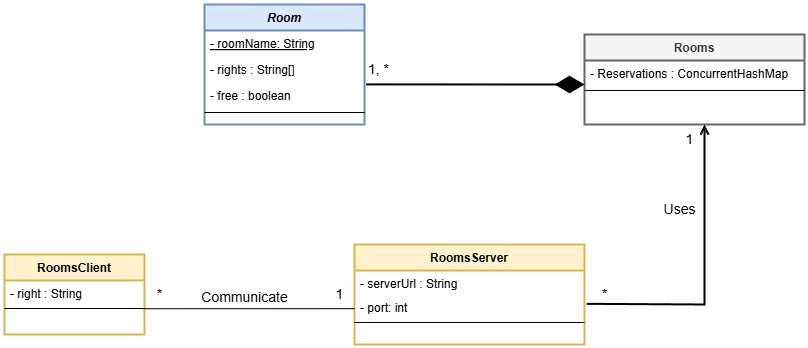
Earlier version of the draw.io export UML_Diagrams/classe.png (Sabermahjoub/Room-Booking-Java). Source tidied: cells renumbered, new cells last; positions are measured from the earlier drawing's top-left corner, leaving out a move shared by most shapes.
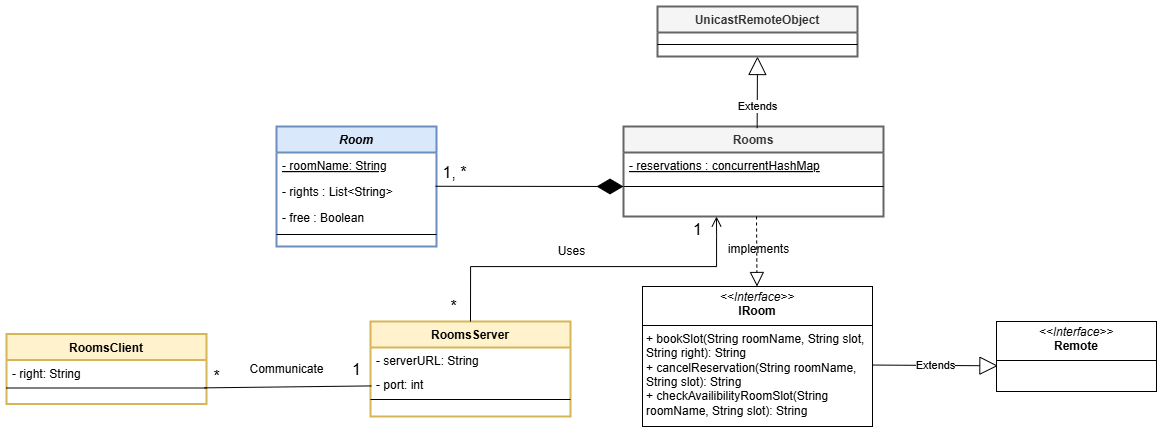
Above is the later version.

What changed in the source:
```diff
@@ -8,82 +8,110 @@
     <mxCell id="3" value="- roomName: String" style="text;align=left;verticalAlign=top;spacingLeft=4;spacingRight=4;overflow=hidden;fontStyle=4;strokeWidth=2;" parent="2" vertex="1">
       <mxGeometry y="26" width="160" height="26" as="geometry" />
     </mxCell>
-    <mxCell id="4" value="- rights : String[]" style="text;align=left;verticalAlign=top;spacingLeft=4;spacingRight=4;overflow=hidden;" parent="2" vertex="1">
+    <mxCell id="4" value="- rights : List&lt;String&gt;" style="text;align=left;verticalAlign=top;spacingLeft=4;spacingRight=4;overflow=hidden;" parent="2" vertex="1">
       <mxGeometry y="52" width="160" height="26" as="geometry" />
     </mxCell>
-    <mxCell id="5" value="- free : boolean" style="text;align=left;verticalAlign=top;spacingLeft=4;spacingRight=4;overflow=hidden;points=[[0,0.5],[1,0.5]];portConstraint=eastwest;rounded=0;shadow=0;html=0;" parent="2" vertex="1">
+    <mxCell id="5" value="- free : Boolean" style="text;align=left;verticalAlign=top;spacingLeft=4;spacingRight=4;overflow=hidden;points=[[0,0.5],[1,0.5]];portConstraint=eastwest;rounded=0;shadow=0;html=0;" parent="2" vertex="1">
       <mxGeometry y="78" width="160" height="26" as="geometry" />
     </mxCell>
     <mxCell id="6" style="line;html=1;strokeWidth=1;align=left;verticalAlign=middle;spacingTop=-1;spacingLeft=3;spacingRight=3;labelPosition=right;" parent="2" vertex="1">
       <mxGeometry y="104" width="160" height="8" as="geometry" />
     </mxCell>
-    <mxCell id="7" value="RoomsServer" style="swimlane;fontStyle=1;align=center;verticalAlign=top;horizontal=1;startSize=26;rounded=0;shadow=0;strokeWidth=2;fillColor=#fff2cc;strokeColor=#d6b656;" parent="1" vertex="1">
-      <mxGeometry x="350" y="240" width="230" height="100" as="geometry" />
+    <mxCell id="7" value="RoomsClient" style="swimlane;fontStyle=1;align=center;verticalAlign=top;horizontal=1;startSize=26;rounded=0;shadow=0;strokeWidth=2;fillColor=#fff2cc;strokeColor=#d6b656;" parent="1" vertex="1">
+      <mxGeometry x="-70" y="207.5" width="200" height="70" as="geometry" />
     </mxCell>
-    <mxCell id="8" value="- serverUrl : String" style="text;align=left;verticalAlign=top;spacingLeft=4;spacingRight=4;overflow=hidden;fontStyle=0;" parent="7" vertex="1">
-      <mxGeometry y="26" width="230" height="24" as="geometry" />
-    </mxCell>
-    <mxCell id="9" value="- port: int" style="text;align=left;verticalAlign=top;spacingLeft=4;spacingRight=4;overflow=hidden;points=[[0,0.5],[1,0.5]];portConstraint=eastwest;fontStyle=0;" parent="7" vertex="1">
-      <mxGeometry y="50" width="230" height="24" as="geometry" />
-    </mxCell>
+    <mxCell id="27" value="- right: String" style="text;align=left;verticalAlign=top;spacingLeft=4;spacingRight=4;overflow=hidden;fontStyle=0;" parent="7" vertex="1">
+      <mxGeometry y="26" width="200" height="24" as="geometry" />
+    </mxCell>
     <mxCell id="10" style="line;html=1;strokeWidth=1;align=left;verticalAlign=middle;spacingTop=-1;spacingLeft=3;spacingRight=3;labelPosition=right;points=[];portConstraint=eastwest;" parent="7" vertex="1">
-      <mxGeometry y="74" width="230" height="8" as="geometry" />
+      <mxGeometry y="50" width="200" height="8" as="geometry" />
     </mxCell>
     <mxCell id="11" value="Rooms" style="swimlane;fontStyle=1;align=center;verticalAlign=top;horizontal=1;startSize=26;rounded=0;shadow=0;strokeWidth=2;fillColor=#f5f5f5;fontColor=#333333;strokeColor=#666666;swimlaneFillColor=none;" parent="1" vertex="1">
-      <mxGeometry x="580" y="30" width="220" height="90" as="geometry" />
+      <mxGeometry x="547" width="260" height="90" as="geometry" />
     </mxCell>
-    <mxCell id="12" value="- Reservations : ConcurrentHashMap" style="text;align=left;verticalAlign=top;spacingLeft=4;spacingRight=4;overflow=hidden;rounded=0;shadow=0;html=0;" parent="11" vertex="1">
-      <mxGeometry y="26" width="220" height="26" as="geometry" />
-    </mxCell>
+    <mxCell id="28" value="- reservations : concurrentHashMap" style="text;align=left;verticalAlign=top;spacingLeft=4;spacingRight=4;overflow=hidden;fontStyle=4;" parent="11" vertex="1">
+      <mxGeometry y="26" width="260" height="24" as="geometry" />
+    </mxCell>
     <mxCell id="13" style="line;html=1;strokeWidth=1;align=left;verticalAlign=middle;spacingTop=-1;spacingLeft=3;spacingRight=3;labelPosition=right;" parent="11" vertex="1">
-      <mxGeometry y="52" width="220" height="8" as="geometry" />
+      <mxGeometry y="50" width="260" height="20" as="geometry" />
     </mxCell>
-    <mxCell id="14" style="endArrow=diamondThin;endFill=1;endSize=24;html=1;rounded=0;exitX=1.011;exitY=0.073;exitDx=0;exitDy=0;exitPerimeter=0;strokeWidth=2;" parent="1" edge="1" source="5">
-      <mxGeometry relative="1" as="geometry">
-        <mxPoint x="580" y="80" as="targetPoint" />
-      </mxGeometry>
-    </mxCell>
+    <mxCell id="29" style="endArrow=diamondThin;endFill=1;endSize=24;html=1;rounded=0;exitX=1.013;exitY=0.299;exitDx=0;exitDy=0;exitPerimeter=0;" parent="1" edge="1">
+      <mxGeometry relative="1" as="geometry">
+        <mxPoint x="359.1" y="59.8" as="sourcePoint" />
+        <mxPoint x="547" y="60" as="targetPoint" />
+      </mxGeometry>
+    </mxCell>
-    <mxCell id="15" value="1, *" style="text;html=1;align=center;verticalAlign=middle;strokeColor=none;fillColor=none;strokeWidth=3;fontSize=14;" parent="1" vertex="1">
-      <mxGeometry x="354" y="50" width="40" height="30" as="geometry" />
+    <mxCell id="15" value="1, *" style="text;html=1;align=center;verticalAlign=middle;strokeColor=none;fillColor=none;fontSize=16;" parent="1" vertex="1">
+      <mxGeometry x="353" y="31" width="50" height="30" as="geometry" />
     </mxCell>
-    <mxCell id="16" style="endArrow=open;html=1;rounded=0;exitX=1.01;exitY=0.806;exitDx=0;exitDy=0;exitPerimeter=0;endFill=0;strokeWidth=2;" parent="1" edge="1">
-      <mxGeometry relative="1" as="geometry">
-        <mxPoint x="582.3" y="299.3" as="sourcePoint" />
-        <mxPoint x="700" y="120" as="targetPoint" />
-        <Array as="points">
-          <mxPoint x="700" y="300" />
-        </Array>
-      </mxGeometry>
-    </mxCell>
-    <mxCell id="17" value="1" style="text;html=1;align=center;verticalAlign=middle;strokeColor=none;fillColor=none;fontSize=14;" parent="1" vertex="1">
-      <mxGeometry x="670" y="120" width="30" height="30" as="geometry" />
-    </mxCell>
-    <mxCell id="18" value="*" style="text;html=1;align=center;verticalAlign=middle;strokeColor=none;fillColor=none;fontSize=14;" parent="1" vertex="1">
-      <mxGeometry x="585" y="275" width="30" height="30" as="geometry" />
-    </mxCell>
-    <mxCell id="19" value="RoomsClient" style="swimlane;fontStyle=1;align=center;verticalAlign=top;horizontal=1;startSize=26;rounded=0;shadow=0;strokeWidth=2;fillColor=#fff2cc;strokeColor=#d6b656;" parent="1" vertex="1">
-      <mxGeometry y="250" width="140" height="80" as="geometry" />
-    </mxCell>
-    <mxCell id="20" value="- right : String" style="text;align=left;verticalAlign=top;spacingLeft=4;spacingRight=4;overflow=hidden;fontStyle=0;" parent="19" vertex="1">
-      <mxGeometry y="26" width="140" height="24" as="geometry" />
-    </mxCell>
-    <mxCell id="21" style="line;html=1;strokeWidth=1;align=left;verticalAlign=middle;spacingTop=-1;spacingLeft=3;spacingRight=3;labelPosition=right;points=[];portConstraint=eastwest;" parent="19" vertex="1">
-      <mxGeometry y="50" width="140" height="8" as="geometry" />
-    </mxCell>
+    <mxCell id="30" style="endArrow=block;dashed=1;endFill=0;endSize=12;html=1;rounded=0;" parent="1" edge="1" target="34">
+      <mxGeometry relative="1" as="geometry">
+        <mxPoint x="680" y="90" as="sourcePoint" />
+      </mxGeometry>
+    </mxCell>
+    <mxCell id="31" value="Extends" style="endArrow=block;endSize=16;endFill=0;html=1;rounded=0;exitX=0.514;exitY=0.018;exitDx=0;exitDy=0;exitPerimeter=0;entryX=0.5;entryY=1;entryDx=0;entryDy=0;" parent="1" edge="1" source="11" target="32">
+      <mxGeometry x="-0.4" relative="1" as="geometry" />
+    </mxCell>
+    <mxCell id="32" value="UnicastRemoteObject" style="swimlane;fontStyle=1;align=center;verticalAlign=top;horizontal=1;startSize=26;rounded=0;shadow=0;strokeWidth=2;fillColor=#f5f5f5;fontColor=#333333;strokeColor=#666666;swimlaneFillColor=none;" parent="1" vertex="1">
+      <mxGeometry x="581" y="-120" width="200" height="50" as="geometry" />
+    </mxCell>
+    <mxCell id="33" style="line;html=1;strokeWidth=1;align=left;verticalAlign=middle;spacingTop=-1;spacingLeft=3;spacingRight=3;labelPosition=right;" parent="32" vertex="1">
+      <mxGeometry y="26" width="200" height="24" as="geometry" />
+    </mxCell>
+    <mxCell id="34" value="&lt;p style=&quot;margin:0px;margin-top:4px;text-align:center;&quot;&gt;&lt;i&gt;&amp;lt;&amp;lt;Interface&amp;gt;&amp;gt;&lt;/i&gt;&lt;br&gt;&lt;b&gt;IRoom&lt;/b&gt;&lt;/p&gt;&lt;hr size=&quot;1&quot; style=&quot;border-style:solid;&quot;&gt;&lt;p style=&quot;margin:0px;margin-left:4px;&quot;&gt;&lt;/p&gt;&lt;p style=&quot;margin:0px;margin-left:4px;&quot;&gt;+ bookSlot(String roomName, String slot, String right): String&lt;br&gt;+ cancelReservation(String roomName, String slot): String&lt;/p&gt;&lt;p style=&quot;margin:0px;margin-left:4px;&quot;&gt;+ checkAvailibilityRoomSlot(String roomName, String slot): String&lt;/p&gt;" style="verticalAlign=top;align=left;overflow=fill;html=1;whiteSpace=wrap;" parent="1" vertex="1">
+      <mxGeometry x="566" y="160" width="230" height="140" as="geometry" />
+    </mxCell>
+    <mxCell id="35" value="Extends" style="endArrow=block;endSize=16;endFill=0;html=1;rounded=0;exitX=0.998;exitY=0.561;exitDx=0;exitDy=0;exitPerimeter=0;entryX=0.009;entryY=0.633;entryDx=0;entryDy=0;entryPerimeter=0;" parent="1" edge="1" source="34" target="36">
+      <mxGeometry relative="1" as="geometry" />
+    </mxCell>
+    <mxCell id="36" value="&lt;p style=&quot;margin:0px;margin-top:4px;text-align:center;&quot;&gt;&lt;i&gt;&amp;lt;&amp;lt;Interface&amp;gt;&amp;gt;&lt;/i&gt;&lt;br&gt;&lt;b&gt;Remote&lt;/b&gt;&lt;/p&gt;&lt;hr size=&quot;1&quot; style=&quot;border-style:solid;&quot;&gt;&lt;p style=&quot;margin:0px;margin-left:4px;&quot;&gt;&lt;/p&gt;&lt;p style=&quot;margin:0px;margin-left:4px;&quot;&gt;&lt;br&gt;&lt;/p&gt;" style="verticalAlign=top;align=left;overflow=fill;html=1;whiteSpace=wrap;" parent="1" vertex="1">
+      <mxGeometry x="920" y="195" width="160" height="70" as="geometry" />
+    </mxCell>
+    <mxCell id="37" value="RoomsServer" style="swimlane;fontStyle=1;align=center;verticalAlign=top;horizontal=1;startSize=26;rounded=0;shadow=0;strokeWidth=2;fillColor=#fff2cc;strokeColor=#d6b656;" parent="1" vertex="1">
+      <mxGeometry x="294" y="195" width="200" height="95" as="geometry" />
+    </mxCell>
+    <mxCell id="38" value="- serverURL: String" style="text;align=left;verticalAlign=top;spacingLeft=4;spacingRight=4;overflow=hidden;fontStyle=0;" parent="37" vertex="1">
+      <mxGeometry y="26" width="200" height="24" as="geometry" />
+    </mxCell>
+    <mxCell id="9" value="- port: int" style="text;align=left;verticalAlign=top;spacingLeft=4;spacingRight=4;overflow=hidden;points=[[0,0.5],[1,0.5]];portConstraint=eastwest;fontStyle=0;" parent="37" vertex="1">
+      <mxGeometry y="50" width="200" height="24" as="geometry" />
+    </mxCell>
+    <mxCell id="39" style="line;html=1;strokeWidth=1;align=left;verticalAlign=middle;spacingTop=-1;spacingLeft=3;spacingRight=3;labelPosition=right;" parent="37" vertex="1">
+      <mxGeometry y="74" width="200" height="8" as="geometry" />
+    </mxCell>
+    <mxCell id="40" style="edgeStyle=segmentEdgeStyle;endArrow=open;html=1;curved=0;rounded=0;endSize=8;startSize=8;exitX=0.5;exitY=0;exitDx=0;exitDy=0;endFill=0;" parent="1" edge="1" source="37">
+      <mxGeometry relative="1" as="geometry">
+        <mxPoint x="640" y="90" as="targetPoint" />
+        <Array as="points">
+          <mxPoint x="394" y="140" />
+          <mxPoint x="640" y="140" />
+          <mxPoint x="640" y="110" />
+        </Array>
+      </mxGeometry>
+    </mxCell>
+    <mxCell id="41" style="endArrow=none;html=1;rounded=0;exitX=0.99;exitY=0.483;exitDx=0;exitDy=0;exitPerimeter=0;entryX=0.004;entryY=0.601;entryDx=0;entryDy=0;entryPerimeter=0;" parent="1" edge="1" source="10" target="9">
+      <mxGeometry relative="1" as="geometry" />
+    </mxCell>
+    <mxCell id="24" value="Communicate" style="text;html=1;align=center;verticalAlign=middle;strokeColor=none;fillColor=none;" parent="1" vertex="1">
+      <mxGeometry x="160" y="227.5" width="100" height="30" as="geometry" />
+    </mxCell>
+    <mxCell id="42" value="1" style="text;html=1;align=center;verticalAlign=middle;strokeColor=none;fillColor=none;fontSize=16;" parent="1" vertex="1">
+      <mxGeometry x="265" y="228" width="30" height="30" as="geometry" />
+    </mxCell>
+    <mxCell id="43" value="*" style="text;html=1;align=center;verticalAlign=middle;strokeColor=none;fillColor=none;strokeWidth=5;fontSize=16;" parent="1" vertex="1">
+      <mxGeometry x="125" y="235" width="30" height="30" as="geometry" />
+    </mxCell>
-    <mxCell id="22" value="Uses" style="text;html=1;align=center;verticalAlign=middle;strokeColor=none;fillColor=none;fontSize=14;" parent="1" vertex="1">
-      <mxGeometry x="645" y="190" width="60" height="30" as="geometry" />
+    <mxCell id="22" value="Uses" style="text;html=1;align=center;verticalAlign=middle;strokeColor=none;fillColor=none;" parent="1" vertex="1">
+      <mxGeometry x="470" y="110" width="50" height="30" as="geometry" />
     </mxCell>
-    <mxCell id="23" style="endArrow=none;html=1;rounded=0;entryX=0;entryY=0.59;entryDx=0;entryDy=0;exitX=0.984;exitY=0.528;exitDx=0;exitDy=0;exitPerimeter=0;entryPerimeter=0;" parent="1" edge="1" source="21" target="9">
-      <mxGeometry relative="1" as="geometry" />
-    </mxCell>
-    <mxCell id="24" value="Communicate" style="text;html=1;align=center;verticalAlign=middle;strokeColor=none;fillColor=none;fontSize=14;" parent="1" vertex="1">
-      <mxGeometry x="185" y="278" width="110" height="30" as="geometry" />
-    </mxCell>
-    <mxCell id="25" value="1" style="text;html=1;align=center;verticalAlign=middle;strokeColor=none;fillColor=none;fontSize=14;" parent="1" vertex="1">
-      <mxGeometry x="320" y="275" width="30" height="30" as="geometry" />
-    </mxCell>
-    <mxCell id="26" value="*" style="text;html=1;align=center;verticalAlign=middle;strokeColor=none;fillColor=none;fontSize=14;" parent="1" vertex="1">
-      <mxGeometry x="140" y="275" width="30" height="30" as="geometry" />
-    </mxCell>
+    <mxCell id="44" value="1" style="text;html=1;align=center;verticalAlign=middle;strokeColor=none;fillColor=none;fontSize=16;" parent="1" vertex="1">
+      <mxGeometry x="606" y="88" width="30" height="30" as="geometry" />
+    </mxCell>
+    <mxCell id="45" value="*" style="text;html=1;align=center;verticalAlign=middle;strokeColor=none;fillColor=none;fontSize=16;" parent="1" vertex="1">
+      <mxGeometry x="362" y="165" width="30" height="30" as="geometry" />
+    </mxCell>
+    <mxCell id="46" value="implements" style="text;html=1;align=center;verticalAlign=middle;strokeColor=none;fillColor=none;" parent="1" vertex="1">
+      <mxGeometry x="642" y="108" width="80" height="30" as="geometry" />
+    </mxCell>
   </root>
 </mxGraphModel>
```
